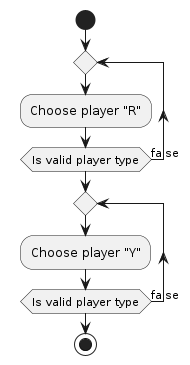
BernatQI/Master-Programacion-Diseno-Software keeps this PlantUML diagram as Connect4/oop-js-functions/UML/images/activity-diagram-choose-players.png. Above is the earlier version.
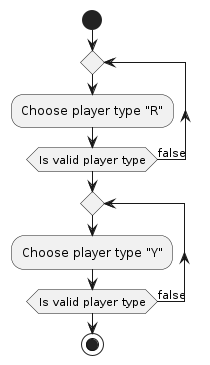
The same diagram one commit later.

The edit, as a diff of the source:
```diff
@@ -2,10 +2,10 @@
 
 start
 repeat
-:Choose player "R";
+:Choose player type "R";
 repeat while (Is valid player type) is (false)
 repeat
-:Choose player "Y";
+:Choose player type "Y";
 repeat while (Is valid player type) is (false)
 stop
 @enduml
```
